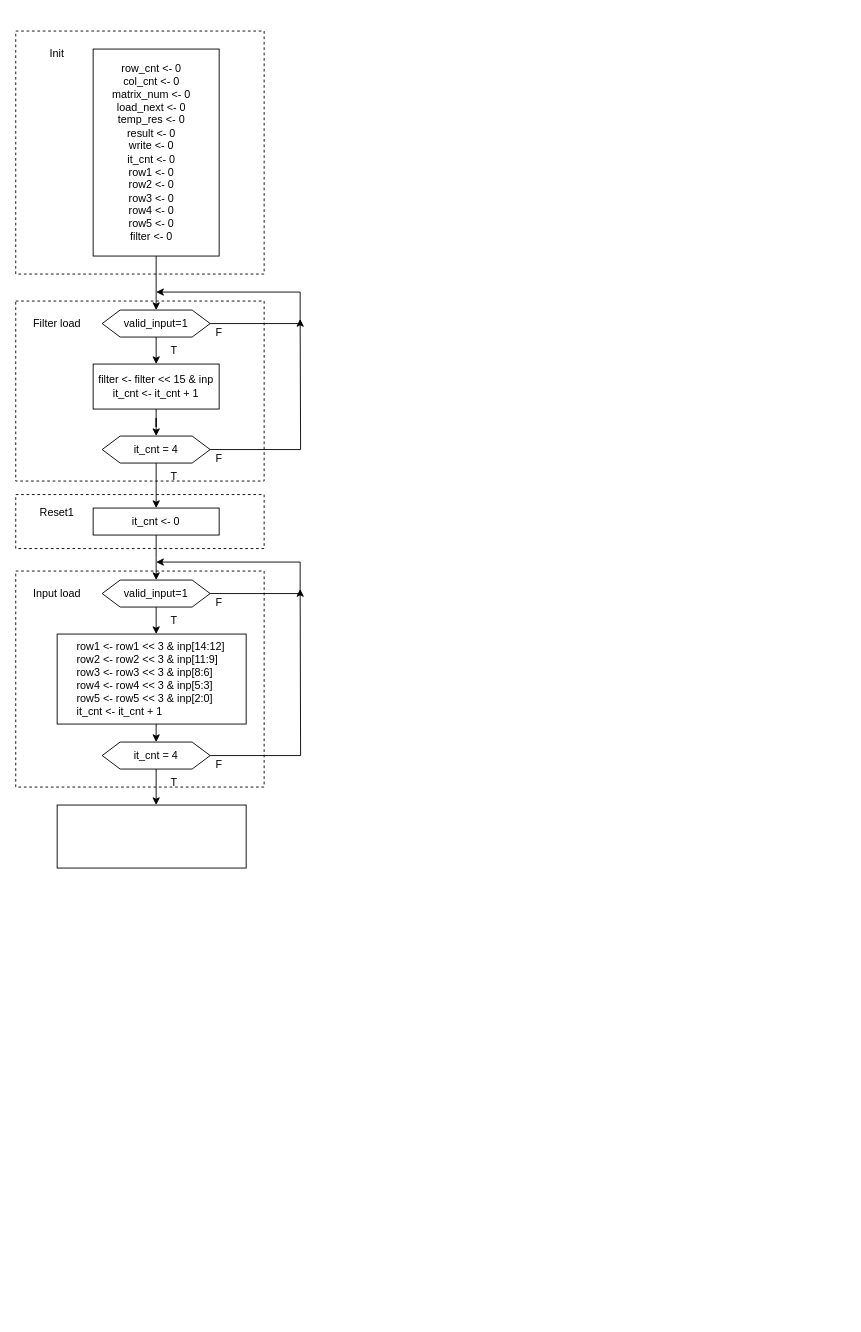
The draw.io diagram page "Convolution ASMD" (3 of 3) of Diagrams.drawio in thevenus/etin35-pulpino, before the edit. Source tidied: cells renumbered, new cells numbered last; positions are measured from the earlier drawing's top-left corner, leaving out a move shared by most shapes. Both pictures are drawn from the tidied source at 90%, with x=0, y=0 at pixel (15, 31).
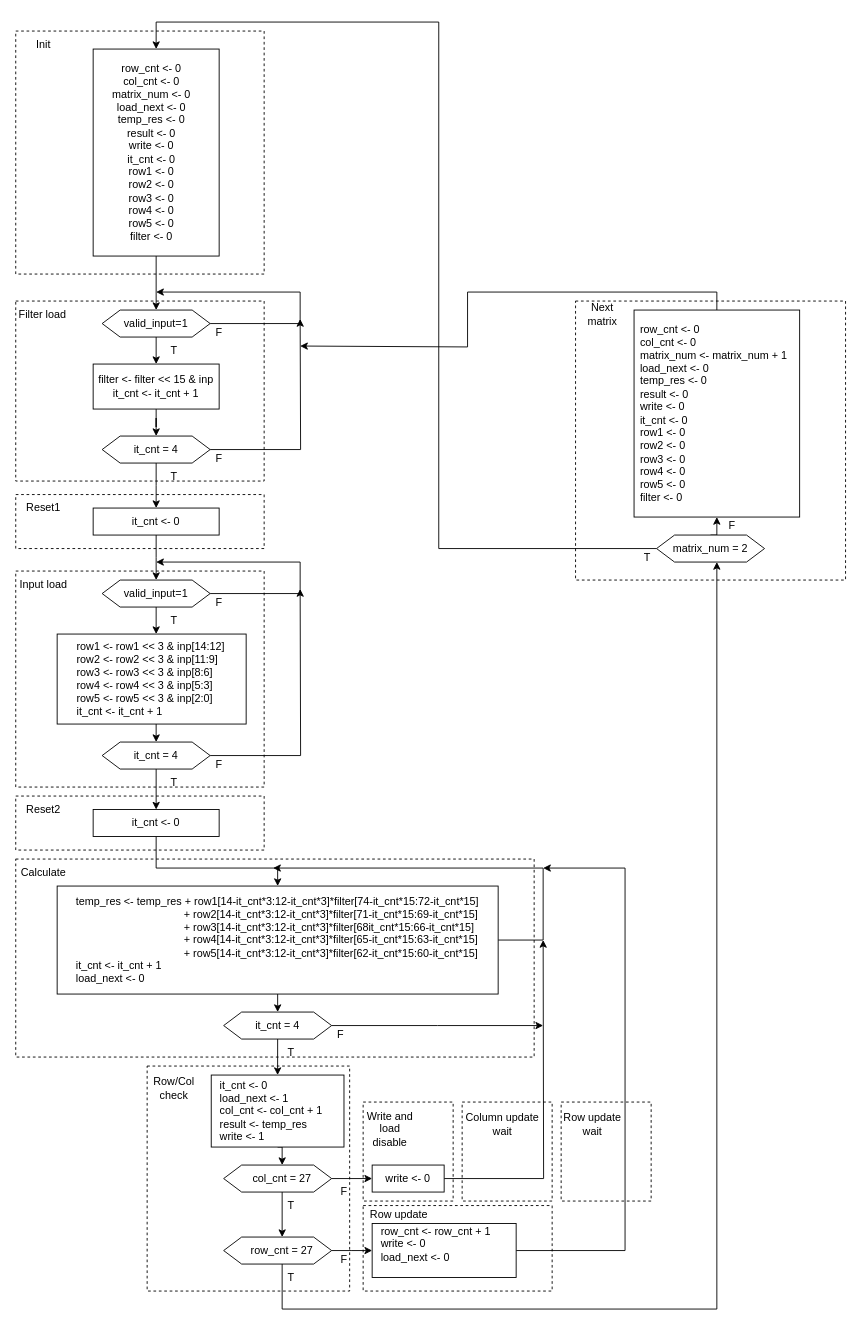
The same page after the edit.

The change refers to these unchanged cells:
```xml
<mxCell id="4" style="rounded=0;whiteSpace=wrap;html=1;" parent="1" vertex="1">
  <mxGeometry x="86" y="20" width="140" height="230" as="geometry" />
</mxCell>
<mxCell id="41" value="&lt;div align=&quot;center&quot;&gt;it_cnt = 4&lt;br&gt;&lt;/div&gt;" style="text;html=1;align=center;verticalAlign=middle;whiteSpace=wrap;rounded=0;" parent="1" vertex="1">
  <mxGeometry x="126" y="790" width="60" height="30" as="geometry" />
</mxCell>
```

Diff of the diagram source:
```diff
@@
-    <mxCell id="6" value="Init" style="text;html=1;align=center;verticalAlign=middle;whiteSpace=wrap;rounded=0;" parent="1" vertex="1">
-      <mxGeometry x="16" y="10" width="60" height="30" as="geometry" />
+    <mxCell id="6" value="&lt;div align=&quot;center&quot;&gt;Init&lt;/div&gt;" style="text;html=1;align=center;verticalAlign=middle;whiteSpace=wrap;rounded=0;" parent="1" vertex="1">
+      <mxGeometry x="1" width="60" height="30" as="geometry" />
     </mxCell>
@@
     <mxCell id="19" value="Filter load" style="text;html=1;align=center;verticalAlign=middle;whiteSpace=wrap;rounded=0;" parent="1" vertex="1">
-      <mxGeometry x="16" y="310" width="60" height="30" as="geometry" />
+      <mxGeometry y="300" width="60" height="30" as="geometry" />
     </mxCell>
@@
     <mxCell id="28" value="Reset1" style="text;html=1;align=center;verticalAlign=middle;whiteSpace=wrap;rounded=0;" parent="1" vertex="1">
-      <mxGeometry x="16" y="520" width="60" height="30" as="geometry" />
+      <mxGeometry x="1" y="515" width="60" height="30" as="geometry" />
     </mxCell>
@@
-    <mxCell id="40" style="edgeStyle=orthogonalEdgeStyle;rounded=0;jettySize=auto;html=1;exitX=0.5;exitY=1;exitDx=0;exitDy=0;" parent="1" edge="1" source="41">
-      <mxGeometry relative="1" as="geometry">
-        <mxPoint x="156" y="860" as="targetPoint" />
-      </mxGeometry>
-    </mxCell>
+    <mxCell id="47" style="edgeStyle=orthogonalEdgeStyle;rounded=0;jettySize=auto;html=1;exitX=0.5;exitY=1;exitDx=0;exitDy=0;entryX=0.5;entryY=0;entryDx=0;entryDy=0;" parent="1" edge="1" source="41" target="53">
+      <mxGeometry relative="1" as="geometry" />
+    </mxCell>
@@
     <mxCell id="45" value="Input load" style="text;html=1;align=center;verticalAlign=middle;whiteSpace=wrap;rounded=0;" parent="1" vertex="1">
-      <mxGeometry x="16" y="610" width="60" height="30" as="geometry" />
+      <mxGeometry x="1" y="600" width="60" height="30" as="geometry" />
     </mxCell>
+    <mxCell id="48" style="edgeStyle=orthogonalEdgeStyle;rounded=0;jettySize=auto;html=1;exitX=0.5;exitY=1;exitDx=0;exitDy=0;entryX=0.5;entryY=0;entryDx=0;entryDy=0;" parent="1" edge="1" source="46" target="57">
+      <mxGeometry relative="1" as="geometry" />
+    </mxCell>
+    <mxCell id="49" style="edgeStyle=orthogonalEdgeStyle;rounded=0;jettySize=auto;html=1;exitX=1;exitY=0.5;exitDx=0;exitDy=0;" parent="1" edge="1" source="46">
+      <mxGeometry relative="1" as="geometry">
+        <mxPoint x="286" y="930" as="targetPoint" />
+        <Array as="points">
+          <mxPoint x="586" y="1010" />
+          <mxPoint x="586" y="930" />
+        </Array>
+      </mxGeometry>
+    </mxCell>
     <mxCell id="46" style="rounded=0;whiteSpace=wrap;html=1;" parent="1" vertex="1">
-      <mxGeometry x="46" y="860" width="210" height="70" as="geometry" />
+      <mxGeometry x="46" y="950" width="490" height="120" as="geometry" />
     </mxCell>
+    <mxCell id="50" value="&lt;div align=&quot;left&quot;&gt;temp_res &amp;lt;- temp_res + row1[14-it_cnt*3:12-it_cnt*3]*filter[74-it_cnt*15:72-it_cnt*15]&lt;/div&gt;&lt;div align=&quot;left&quot;&gt;&lt;span style=&quot;white-space: pre;&quot;&gt;&#9;&lt;/span&gt;&lt;span style=&quot;white-space: pre;&quot;&gt;&#9;&lt;/span&gt;&lt;span style=&quot;white-space: pre;&quot;&gt;&#9;&lt;/span&gt;&lt;span style=&quot;white-space: pre;&quot;&gt;&#9;&lt;/span&gt;&amp;nbsp;&amp;nbsp;&amp;nbsp; + row2[14-it_cnt*3:12-it_cnt*3]*filter[71-it_cnt*15:69-it_cnt*15]&lt;/div&gt;&lt;div align=&quot;left&quot;&gt;&lt;span style=&quot;white-space: pre;&quot;&gt;&#9;&lt;/span&gt;&lt;span style=&quot;white-space: pre;&quot;&gt;&#9;&lt;/span&gt;&lt;span style=&quot;white-space: pre;&quot;&gt;&#9;&lt;/span&gt;&lt;span style=&quot;white-space: pre;&quot;&gt;&#9;&lt;/span&gt;&amp;nbsp;&amp;nbsp;&amp;nbsp; + row3[14-it_cnt*3:12-it_cnt*3]*filter[68it_cnt*15:66-it_cnt*15]&lt;/div&gt;&lt;div align=&quot;left&quot;&gt;&lt;span style=&quot;white-space: pre;&quot;&gt;&#9;&lt;/span&gt;&lt;span style=&quot;white-space: pre;&quot;&gt;&#9;&lt;/span&gt;&lt;span style=&quot;white-space: pre;&quot;&gt;&#9;&lt;/span&gt;&lt;span style=&quot;white-space: pre;&quot;&gt;&#9;&lt;/span&gt;&amp;nbsp;&amp;nbsp;&amp;nbsp; + row4[14-it_cnt*3:12-it_cnt*3]*filter[65-it_cnt*15:63-it_cnt*15]&lt;/div&gt;&lt;div align=&quot;left&quot;&gt;&lt;span style=&quot;white-space: pre;&quot;&gt;&#9;&lt;/span&gt;&lt;span style=&quot;white-space: pre;&quot;&gt;&#9;&lt;/span&gt;&lt;span style=&quot;white-space: pre;&quot;&gt;&#9;&lt;/span&gt;&lt;span style=&quot;white-space: pre;&quot;&gt;&#9;&lt;/span&gt;&amp;nbsp;&amp;nbsp;&amp;nbsp; + row5[14-it_cnt*3:12-it_cnt*3]*filter[62-it_cnt*15:60-it_cnt*15]&lt;/div&gt;&lt;div align=&quot;left&quot;&gt;it_cnt &amp;lt;- it_cnt + 1&lt;/div&gt;&lt;div align=&quot;left&quot;&gt;load_next &amp;lt;- 0&lt;br&gt;&lt;/div&gt;" style="text;html=1;align=center;verticalAlign=middle;whiteSpace=wrap;rounded=0;" parent="1" vertex="1">
+      <mxGeometry x="61" y="960" width="460" height="100" as="geometry" />
+    </mxCell>
+    <mxCell id="51" style="rounded=0;whiteSpace=wrap;html=1;" parent="1" vertex="1">
+      <mxGeometry x="86" y="865" width="140" height="30" as="geometry" />
+    </mxCell>
+    <mxCell id="52" style="edgeStyle=orthogonalEdgeStyle;rounded=0;jettySize=auto;html=1;exitX=0.5;exitY=1;exitDx=0;exitDy=0;entryX=0.5;entryY=0;entryDx=0;entryDy=0;" parent="1" edge="1" source="53" target="46">
+      <mxGeometry relative="1" as="geometry">
+        <Array as="points">
+          <mxPoint x="156" y="930" />
+          <mxPoint x="291" y="930" />
+        </Array>
+      </mxGeometry>
+    </mxCell>
+    <mxCell id="53" value="it_cnt &amp;lt;- 0" style="text;html=1;align=center;verticalAlign=middle;whiteSpace=wrap;rounded=0;" parent="1" vertex="1">
+      <mxGeometry x="126" y="865" width="60" height="30" as="geometry" />
+    </mxCell>
+    <mxCell id="54" style="rounded=0;whiteSpace=wrap;html=1;fillColor=none;dashed=1;" parent="1" vertex="1">
+      <mxGeometry y="850" width="276" height="60" as="geometry" />
+    </mxCell>
+    <mxCell id="55" value="Reset2" style="text;html=1;align=center;verticalAlign=middle;whiteSpace=wrap;rounded=0;" parent="1" vertex="1">
+      <mxGeometry x="1" y="850" width="60" height="30" as="geometry" />
+    </mxCell>
+    <mxCell id="56" style="edgeStyle=orthogonalEdgeStyle;rounded=0;jettySize=auto;html=1;exitX=1;exitY=0.5;exitDx=0;exitDy=0;" parent="1" edge="1" source="57">
+      <mxGeometry relative="1" as="geometry">
+        <mxPoint x="586" y="1105" as="targetPoint" />
+      </mxGeometry>
+    </mxCell>
+    <mxCell id="57" style="shape=hexagon;perimeter=hexagonPerimeter2;whiteSpace=wrap;html=1;fixedSize=1;" parent="1" vertex="1">
+      <mxGeometry x="231" y="1090" width="120" height="30" as="geometry" />
+    </mxCell>
+    <mxCell id="58" value="T" style="text;html=1;align=center;verticalAlign=middle;whiteSpace=wrap;rounded=0;" parent="1" vertex="1">
+      <mxGeometry x="296" y="1130" width="20" height="10" as="geometry" />
+    </mxCell>
+    <mxCell id="59" value="F" style="text;html=1;align=center;verticalAlign=middle;whiteSpace=wrap;rounded=0;" parent="1" vertex="1">
+      <mxGeometry x="351" y="1110" width="20" height="10" as="geometry" />
+    </mxCell>
+    <mxCell id="60" style="edgeStyle=orthogonalEdgeStyle;rounded=0;jettySize=auto;html=1;exitX=0.5;exitY=1;exitDx=0;exitDy=0;entryX=0.5;entryY=0;entryDx=0;entryDy=0;" parent="1" edge="1" source="61" target="63">
+      <mxGeometry relative="1" as="geometry" />
+    </mxCell>
+    <mxCell id="61" value="it_cnt = 4" style="text;html=1;align=center;verticalAlign=middle;whiteSpace=wrap;rounded=0;" parent="1" vertex="1">
+      <mxGeometry x="261" y="1090" width="60" height="30" as="geometry" />
+    </mxCell>
+    <mxCell id="62" style="edgeStyle=orthogonalEdgeStyle;rounded=0;jettySize=auto;html=1;exitX=0.5;exitY=1;exitDx=0;exitDy=0;entryX=0.5;entryY=0;entryDx=0;entryDy=0;" parent="1" edge="1" source="63" target="70">
+      <mxGeometry relative="1" as="geometry" />
+    </mxCell>
+    <mxCell id="63" style="rounded=0;whiteSpace=wrap;html=1;" parent="1" vertex="1">
+      <mxGeometry x="217.2" y="1160" width="147.5" height="80" as="geometry" />
+    </mxCell>
+    <mxCell id="64" value="&lt;div&gt;it_cnt &amp;lt;- 0&lt;/div&gt;&lt;div&gt;load_next &amp;lt;- 1&lt;br&gt;&lt;/div&gt;&lt;div&gt;col_cnt &amp;lt;- col_cnt + 1&lt;br&gt;&lt;/div&gt;&lt;div&gt;result &amp;lt;- temp_res&lt;br&gt;&lt;/div&gt;&lt;div&gt;write &amp;lt;- 1&lt;br&gt;&lt;/div&gt;" style="text;html=1;align=left;verticalAlign=middle;whiteSpace=wrap;rounded=0;" parent="1" vertex="1">
+      <mxGeometry x="224.8" y="1160" width="130" height="80" as="geometry" />
+    </mxCell>
+    <mxCell id="65" style="rounded=0;whiteSpace=wrap;html=1;fillColor=none;dashed=1;" parent="1" vertex="1">
+      <mxGeometry y="920" width="576" height="220" as="geometry" />
+    </mxCell>
+    <mxCell id="66" value="Calculate" style="text;html=1;align=center;verticalAlign=middle;whiteSpace=wrap;rounded=0;" parent="1" vertex="1">
+      <mxGeometry x="1" y="920" width="60" height="30" as="geometry" />
+    </mxCell>
+    <mxCell id="67" style="edgeStyle=orthogonalEdgeStyle;rounded=0;jettySize=auto;html=1;exitX=1;exitY=0.5;exitDx=0;exitDy=0;entryX=0;entryY=0.5;entryDx=0;entryDy=0;" parent="1" edge="1" source="68" target="96">
+      <mxGeometry relative="1" as="geometry" />
+    </mxCell>
+    <mxCell id="68" style="shape=hexagon;perimeter=hexagonPerimeter2;whiteSpace=wrap;html=1;fixedSize=1;" parent="1" vertex="1">
+      <mxGeometry x="231" y="1260" width="120" height="30" as="geometry" />
+    </mxCell>
+    <mxCell id="69" style="edgeStyle=orthogonalEdgeStyle;rounded=0;jettySize=auto;html=1;exitX=0.5;exitY=1;exitDx=0;exitDy=0;entryX=0.5;entryY=0;entryDx=0;entryDy=0;" parent="1" edge="1" source="70" target="74">
+      <mxGeometry relative="1" as="geometry" />
+    </mxCell>
+    <mxCell id="70" value="col_cnt = 27" style="text;html=1;align=center;verticalAlign=middle;whiteSpace=wrap;rounded=0;" parent="1" vertex="1">
+      <mxGeometry x="256" y="1260" width="80" height="30" as="geometry" />
+    </mxCell>
+    <mxCell id="71" style="edgeStyle=orthogonalEdgeStyle;rounded=0;jettySize=auto;html=1;exitX=1;exitY=0.5;exitDx=0;exitDy=0;entryX=0;entryY=0.5;entryDx=0;entryDy=0;" parent="1" edge="1" source="72">
+      <mxGeometry relative="1" as="geometry">
+        <mxPoint x="396" y="1355" as="targetPoint" />
+      </mxGeometry>
+    </mxCell>
+    <mxCell id="72" style="shape=hexagon;perimeter=hexagonPerimeter2;whiteSpace=wrap;html=1;fixedSize=1;" parent="1" vertex="1">
+      <mxGeometry x="231" y="1340" width="120" height="30" as="geometry" />
+    </mxCell>
+    <mxCell id="73" style="edgeStyle=orthogonalEdgeStyle;rounded=0;jettySize=auto;html=1;exitX=0.5;exitY=1;exitDx=0;exitDy=0;" parent="1" edge="1" source="74" target="102">
+      <mxGeometry relative="1" as="geometry">
+        <Array as="points">
+          <mxPoint x="296" y="1420" />
+          <mxPoint x="779" y="1420" />
+        </Array>
+      </mxGeometry>
+    </mxCell>
+    <mxCell id="74" value="row_cnt = 27" style="text;html=1;align=center;verticalAlign=middle;whiteSpace=wrap;rounded=0;" parent="1" vertex="1">
+      <mxGeometry x="256" y="1340" width="80" height="30" as="geometry" />
+    </mxCell>
+    <mxCell id="75" value="T" style="text;html=1;align=center;verticalAlign=middle;whiteSpace=wrap;rounded=0;" parent="1" vertex="1">
+      <mxGeometry x="296" y="1300" width="20" height="10" as="geometry" />
+    </mxCell>
+    <mxCell id="76" value="T" style="text;html=1;align=center;verticalAlign=middle;whiteSpace=wrap;rounded=0;" parent="1" vertex="1">
+      <mxGeometry x="296" y="1380" width="20" height="10" as="geometry" />
+    </mxCell>
+    <mxCell id="77" value="F" style="text;html=1;align=center;verticalAlign=middle;whiteSpace=wrap;rounded=0;" parent="1" vertex="1">
+      <mxGeometry x="354.8" y="1280" width="20" height="20" as="geometry" />
+    </mxCell>
+    <mxCell id="78" value="F" style="text;html=1;align=center;verticalAlign=middle;whiteSpace=wrap;rounded=0;" parent="1" vertex="1">
+      <mxGeometry x="354.8" y="1360" width="20" height="10" as="geometry" />
+    </mxCell>
+    <mxCell id="79" style="rounded=0;whiteSpace=wrap;html=1;fillColor=none;dashed=1;" parent="1" vertex="1">
+      <mxGeometry x="146" y="1150" width="225" height="250" as="geometry" />
+    </mxCell>
+    <mxCell id="80" style="rounded=0;whiteSpace=wrap;html=1;fillColor=none;dashed=1;" parent="1" vertex="1">
+      <mxGeometry x="496" y="1190" width="100" height="110" as="geometry" />
+    </mxCell>
+    <mxCell id="81" style="rounded=0;whiteSpace=wrap;html=1;fillColor=none;dashed=1;" parent="1" vertex="1">
+      <mxGeometry x="386" y="1305" width="210" height="95" as="geometry" />
+    </mxCell>
+    <mxCell id="82" value="Row/Col check" style="text;html=1;align=center;verticalAlign=middle;whiteSpace=wrap;rounded=0;" parent="1" vertex="1">
+      <mxGeometry x="146" y="1160" width="60" height="30" as="geometry" />
+    </mxCell>
+    <mxCell id="83" value="&lt;div&gt;Column update wait&lt;br&gt;&lt;/div&gt;" style="text;html=1;align=center;verticalAlign=middle;whiteSpace=wrap;rounded=0;" parent="1" vertex="1">
+      <mxGeometry x="496" y="1200" width="90" height="30" as="geometry" />
+    </mxCell>
+    <mxCell id="84" value="Row update" style="text;html=1;align=center;verticalAlign=middle;whiteSpace=wrap;rounded=0;" parent="1" vertex="1">
+      <mxGeometry x="386" y="1305" width="80" height="20" as="geometry" />
+    </mxCell>
+    <mxCell id="85" style="edgeStyle=orthogonalEdgeStyle;rounded=0;jettySize=auto;html=1;exitX=1;exitY=0.5;exitDx=0;exitDy=0;" parent="1" edge="1" source="86">
+      <mxGeometry relative="1" as="geometry">
+        <mxPoint x="586" y="930" as="targetPoint" />
+        <Array as="points">
+          <mxPoint x="677" y="1355" />
+        </Array>
+      </mxGeometry>
+    </mxCell>
+    <mxCell id="86" style="rounded=0;whiteSpace=wrap;html=1;" parent="1" vertex="1">
+      <mxGeometry x="396" y="1325" width="160" height="60" as="geometry" />
+    </mxCell>
+    <mxCell id="87" value="&lt;div align=&quot;left&quot;&gt;row_cnt &amp;lt;- row_cnt + 1&lt;/div&gt;&lt;div align=&quot;left&quot;&gt;write &amp;lt;- 0&lt;br&gt;&lt;/div&gt;&lt;div&gt;load_next &amp;lt;- 0&lt;br&gt;&lt;/div&gt;&lt;div align=&quot;left&quot;&gt;&lt;br&gt;&lt;/div&gt;" style="text;html=1;align=left;verticalAlign=middle;whiteSpace=wrap;rounded=0;" parent="1" vertex="1">
+      <mxGeometry x="403.5" y="1335" width="145" height="40" as="geometry" />
+    </mxCell>
+    <mxCell id="88" style="rounded=0;whiteSpace=wrap;html=1;fillColor=none;dashed=1;" parent="1" vertex="1">
+      <mxGeometry x="606" y="1190" width="100" height="110" as="geometry" />
+    </mxCell>
+    <mxCell id="89" value="&lt;div&gt;Row update wait&lt;br&gt;&lt;/div&gt;" style="text;html=1;align=center;verticalAlign=middle;whiteSpace=wrap;rounded=0;" parent="1" vertex="1">
+      <mxGeometry x="606" y="1200" width="70" height="30" as="geometry" />
+    </mxCell>
+    <mxCell id="90" style="rounded=0;whiteSpace=wrap;html=1;fillColor=none;dashed=1;" parent="1" vertex="1">
+      <mxGeometry x="622" y="300" width="300" height="310" as="geometry" />
+    </mxCell>
+    <mxCell id="91" style="edgeStyle=orthogonalEdgeStyle;rounded=0;jettySize=auto;html=1;exitX=0.5;exitY=0;exitDx=0;exitDy=0;" parent="1" edge="1" source="92">
+      <mxGeometry relative="1" as="geometry">
+        <mxPoint x="316" y="350" as="targetPoint" />
+        <Array as="points">
+          <mxPoint x="779" y="290" />
+          <mxPoint x="502" y="290" />
+          <mxPoint x="502" y="351" />
+        </Array>
+      </mxGeometry>
+    </mxCell>
+    <mxCell id="92" style="rounded=0;whiteSpace=wrap;html=1;" parent="1" vertex="1">
+      <mxGeometry x="687" y="310" width="184" height="230" as="geometry" />
+    </mxCell>
+    <mxCell id="93" value="&lt;div align=&quot;left&quot;&gt;row_cnt &amp;lt;- 0&lt;/div&gt;&lt;div align=&quot;left&quot;&gt;col_cnt &amp;lt;- 0&lt;/div&gt;&lt;div align=&quot;left&quot;&gt;matrix_num &amp;lt;- matrix_num + 1&lt;br&gt;&lt;/div&gt;&lt;div align=&quot;left&quot;&gt;load_next &amp;lt;- 0&lt;/div&gt;&lt;div align=&quot;left&quot;&gt;temp_res &amp;lt;- 0&lt;/div&gt;&lt;div align=&quot;left&quot;&gt;result &amp;lt;- 0&lt;/div&gt;&lt;div align=&quot;left&quot;&gt;write &amp;lt;- 0&lt;/div&gt;&lt;div align=&quot;left&quot;&gt;it_cnt &amp;lt;- 0&lt;/div&gt;&lt;div align=&quot;left&quot;&gt;row1 &amp;lt;- 0&lt;/div&gt;&lt;div align=&quot;left&quot;&gt;row2 &amp;lt;- 0&lt;/div&gt;&lt;div align=&quot;left&quot;&gt;row3 &amp;lt;- 0&lt;/div&gt;&lt;div align=&quot;left&quot;&gt;row4 &amp;lt;- 0&lt;/div&gt;&lt;div align=&quot;left&quot;&gt;row5 &amp;lt;- 0&lt;/div&gt;&lt;div align=&quot;left&quot;&gt;filter &amp;lt;- 0&lt;br&gt;&lt;/div&gt;" style="text;html=1;align=left;verticalAlign=middle;whiteSpace=wrap;rounded=0;" parent="1" vertex="1">
+      <mxGeometry x="692" y="320" width="174" height="210" as="geometry" />
+    </mxCell>
+    <mxCell id="94" value="Next matrix" style="text;html=1;align=center;verticalAlign=middle;whiteSpace=wrap;rounded=0;" parent="1" vertex="1">
+      <mxGeometry x="622" y="300" width="60" height="30" as="geometry" />
+    </mxCell>
+    <mxCell id="95" style="edgeStyle=orthogonalEdgeStyle;rounded=0;jettySize=auto;html=1;exitX=1;exitY=0.5;exitDx=0;exitDy=0;" parent="1" edge="1" source="96">
+      <mxGeometry relative="1" as="geometry">
+        <mxPoint x="586" y="1010" as="targetPoint" />
+      </mxGeometry>
+    </mxCell>
+    <mxCell id="96" style="rounded=0;whiteSpace=wrap;html=1;" parent="1" vertex="1">
+      <mxGeometry x="396" y="1260" width="80" height="30" as="geometry" />
+    </mxCell>
+    <mxCell id="97" value="write &amp;lt;- 0" style="text;html=1;align=center;verticalAlign=middle;whiteSpace=wrap;rounded=0;" parent="1" vertex="1">
+      <mxGeometry x="406" y="1260" width="60" height="30" as="geometry" />
+    </mxCell>
+    <mxCell id="98" style="rounded=0;whiteSpace=wrap;html=1;fillColor=none;dashed=1;" parent="1" vertex="1">
+      <mxGeometry x="386" y="1190" width="100" height="110" as="geometry" />
+    </mxCell>
+    <mxCell id="99" value="Write and load disable" style="text;html=1;align=center;verticalAlign=middle;whiteSpace=wrap;rounded=0;" parent="1" vertex="1">
+      <mxGeometry x="386" y="1200" width="60" height="40" as="geometry" />
+    </mxCell>
+    <mxCell id="100" style="edgeStyle=orthogonalEdgeStyle;rounded=0;jettySize=auto;html=1;exitX=0.5;exitY=0;exitDx=0;exitDy=0;entryX=0.5;entryY=1;entryDx=0;entryDy=0;" parent="1" edge="1" source="102" target="92">
+      <mxGeometry relative="1" as="geometry" />
+    </mxCell>
+    <mxCell id="101" style="edgeStyle=orthogonalEdgeStyle;rounded=0;jettySize=auto;html=1;exitX=0;exitY=0.5;exitDx=0;exitDy=0;entryX=0.5;entryY=0;entryDx=0;entryDy=0;" parent="1" edge="1" source="102" target="4">
+      <mxGeometry relative="1" as="geometry">
+        <Array as="points">
+          <mxPoint x="470" y="575" />
+          <mxPoint x="470" y="-10" />
+          <mxPoint x="156" y="-10" />
+        </Array>
+      </mxGeometry>
+    </mxCell>
+    <mxCell id="102" value="matrix_num = 2" style="shape=hexagon;perimeter=hexagonPerimeter2;whiteSpace=wrap;html=1;fixedSize=1;" parent="1" vertex="1">
+      <mxGeometry x="712" y="560" width="120" height="30" as="geometry" />
+    </mxCell>
+    <mxCell id="103" value="T" style="text;html=1;align=center;verticalAlign=middle;whiteSpace=wrap;rounded=0;" parent="1" vertex="1">
+      <mxGeometry x="692" y="580" width="20" height="10" as="geometry" />
+    </mxCell>
+    <mxCell id="104" value="F" style="text;html=1;align=center;verticalAlign=middle;whiteSpace=wrap;rounded=0;" parent="1" vertex="1">
+      <mxGeometry x="786" y="545" width="20" height="10" as="geometry" />
+    </mxCell>
+    <mxCell id="105" style="edgeStyle=orthogonalEdgeStyle;rounded=0;orthogonalLoop=1;jettySize=auto;html=1;exitX=0.5;exitY=1;exitDx=0;exitDy=0;" parent="1" edge="1" source="94" target="94">
+      <mxGeometry relative="1" as="geometry" />
+    </mxCell>
```
